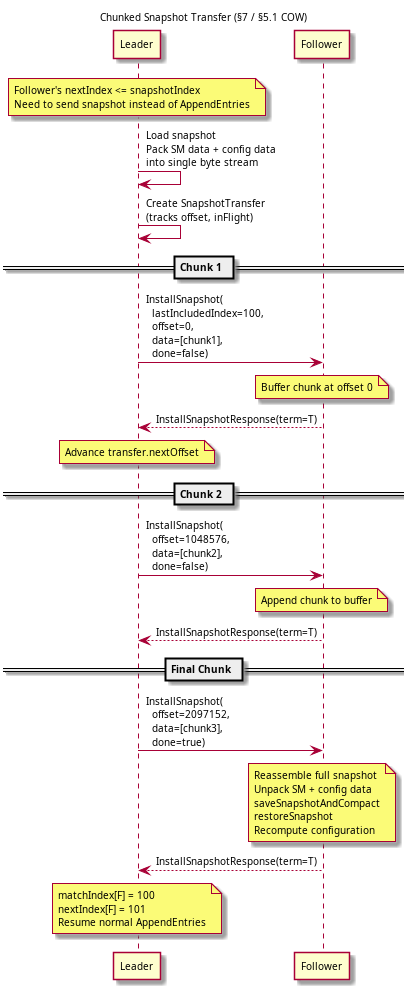
Before: docs/snapshot.png, a diagram exported from PlantUML (fbtberger/fbtberger-raft). Its source is kept beside it as docs/snapshot.puml.
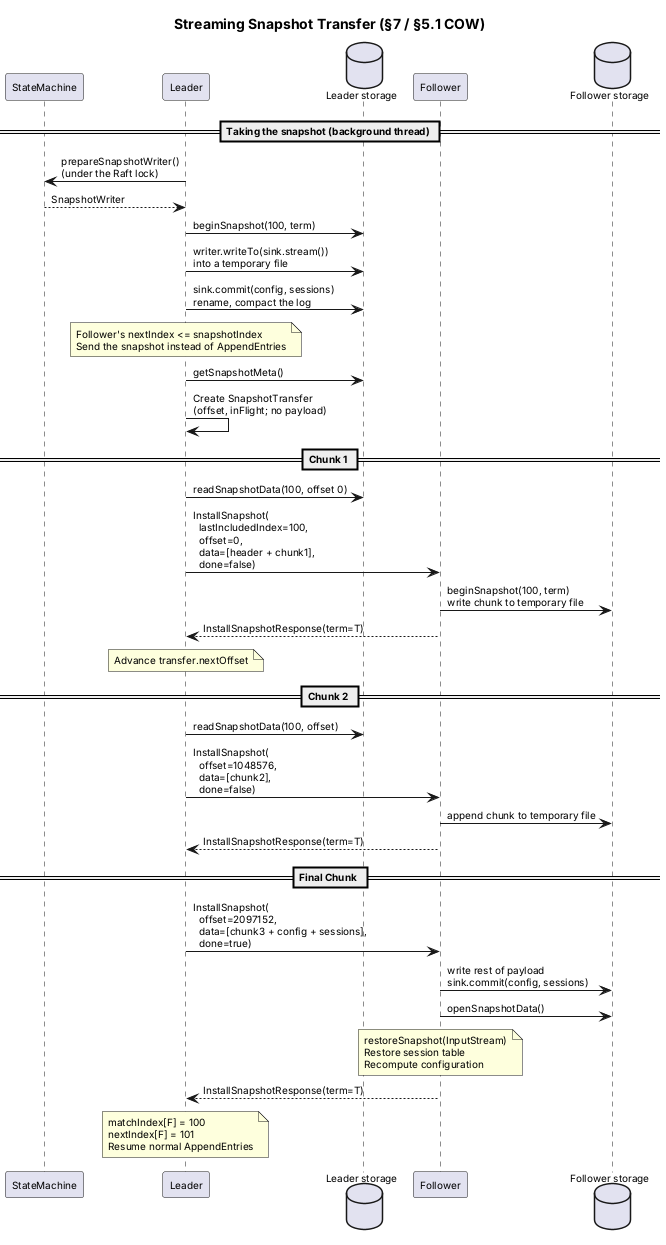
Above is the later version.

Diff of the diagram source:
```diff
@@ -1,32 +1,43 @@
 @startuml
-title Chunked Snapshot Transfer (§7 / §5.1 COW)
+title Streaming Snapshot Transfer (§7 / §5.1 COW)
 skinparam defaultFontSize 10
 
+participant "StateMachine" as SM
 participant "Leader" as L
+database "Leader storage" as LS
 participant "Follower" as F
+database "Follower storage" as FS
 
-note over L: Follower's nextIndex <= snapshotIndex\nNeed to send snapshot instead of AppendEntries
+== Taking the snapshot (background thread) ==
+L -> SM: prepareSnapshotWriter()\n(under the Raft lock)
+SM --> L: SnapshotWriter
+L -> LS: beginSnapshot(100, term)
+L -> LS: writer.writeTo(sink.stream())\ninto a temporary file
+L -> LS: sink.commit(config, sessions)\nrename, compact the log
 
-L -> L: Load snapshot\nPack SM data + config data\ninto single byte stream
-L -> L: Create SnapshotTransfer\n(tracks offset, inFlight)
+note over L: Follower's nextIndex <= snapshotIndex\nSend the snapshot instead of AppendEntries
+
+L -> LS: getSnapshotMeta()
+L -> L: Create SnapshotTransfer\n(offset, inFlight; no payload)
 
 == Chunk 1 ==
-L -> F: InstallSnapshot(\n  lastIncludedIndex=100,\n  offset=0,\n  data=[chunk1],\n  done=false)
-
-note over F: Buffer chunk at offset 0
+L -> LS: readSnapshotData(100, offset 0)
+L -> F: InstallSnapshot(\n  lastIncludedIndex=100,\n  offset=0,\n  data=[header + chunk1],\n  done=false)
+F -> FS: beginSnapshot(100, term)\nwrite chunk to temporary file
 F --> L: InstallSnapshotResponse(term=T)
 note over L: Advance transfer.nextOffset
 
 == Chunk 2 ==
+L -> LS: readSnapshotData(100, offset)
 L -> F: InstallSnapshot(\n  offset=1048576,\n  data=[chunk2],\n  done=false)
-
-note over F: Append chunk to buffer
+F -> FS: append chunk to temporary file
 F --> L: InstallSnapshotResponse(term=T)
 
 == Final Chunk ==
-L -> F: InstallSnapshot(\n  offset=2097152,\n  data=[chunk3],\n  done=true)
-
-note over F: Reassemble full snapshot\nUnpack SM + config data\nsaveSnapshotAndCompact\nrestoreSnapshot\nRecompute configuration
+L -> F: InstallSnapshot(\n  offset=2097152,\n  data=[chunk3 + config + sessions],\n  done=true)
+F -> FS: write rest of payload\nsink.commit(config, sessions)
+F -> FS: openSnapshotData()
+note over F: restoreSnapshot(InputStream)\nRestore session table\nRecompute configuration
 F --> L: InstallSnapshotResponse(term=T)
 
 note over L: matchIndex[F] = 100\nnextIndex[F] = 101\nResume normal AppendEntries
```
